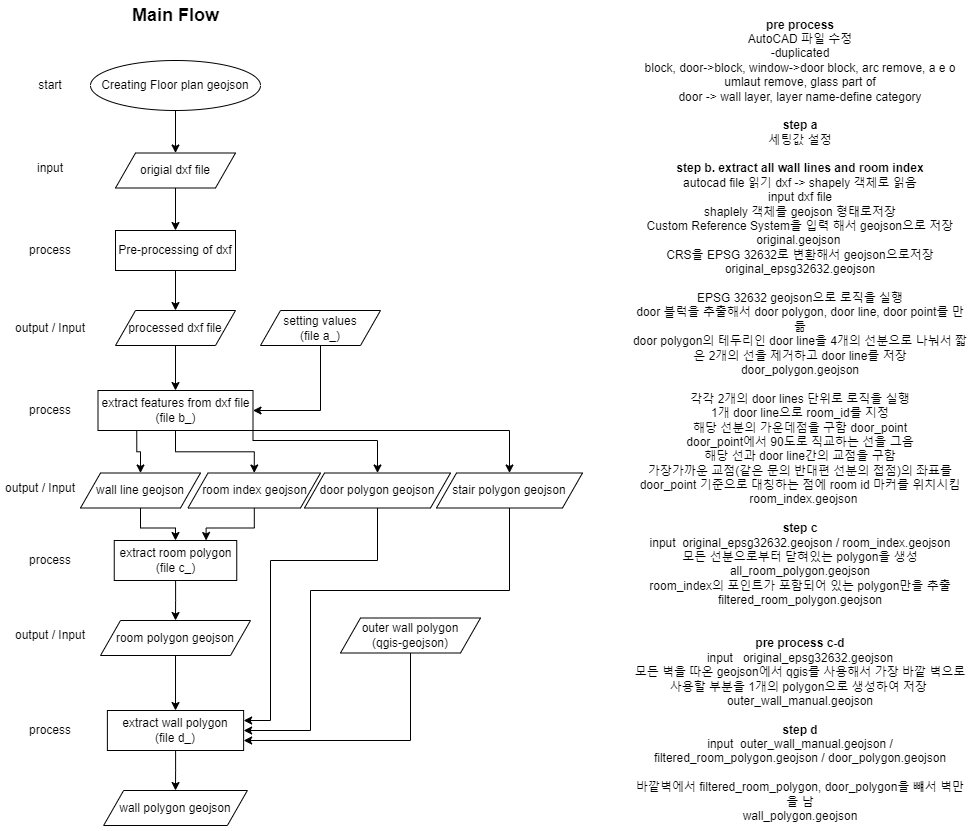
Before: flow_chart.drawio.png, a diagram exported from draw.io (chungkang/L5IN_task1). Source tidied: cells renumbered, new cells last; positions are measured from the earlier drawing's top-left corner, leaving out a move shared by most shapes.
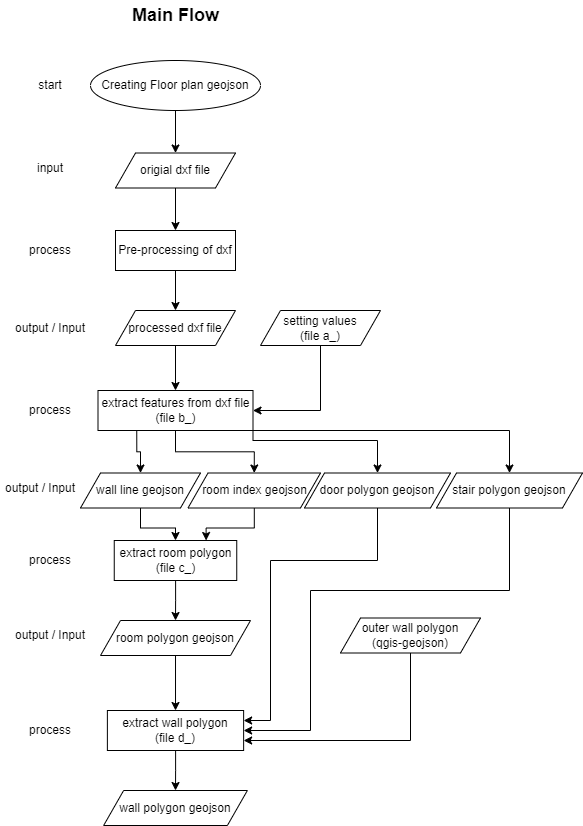
After the change.

The edit, as a diff of the source:
```diff
@@ -2,9 +2,6 @@
   <root>
     <mxCell id="0" />
     <mxCell id="1" parent="0" />
-    <mxCell id="2" value="&lt;b&gt;pre process&lt;/b&gt;&lt;br&gt;AutoCAD 파일 수정&lt;br&gt;-duplicated&lt;br/&gt;block, door-&amp;gt;block, window-&amp;gt;door block, &lt;span style=&quot;background:yellow;&lt;br/&gt;mso-highlight:yellow&quot;&gt;arc remove, a e o umlaut remove&lt;/span&gt;, glass part of&lt;br/&gt;door -&amp;gt; wall layer, layer name-define category&lt;br&gt;&lt;br&gt;&lt;b&gt;step a&lt;/b&gt;&lt;br&gt;세팅값 설정&lt;br&gt;&lt;br&gt;&lt;b&gt;step b. extract all wall lines and room index&lt;/b&gt;&lt;br&gt;autocad file 읽기 dxf -&amp;gt; shapely 객체로 읽음&lt;br&gt;input dxf file&lt;br&gt;shaplely 객체를 geojson 형태로저장&lt;br&gt;Custom Reference System을 입력 해서 geojson으로 저장&lt;br&gt;original.geojson&amp;nbsp;&lt;br&gt;CRS을 EPSG 32632로 변환해서 geojson으로저장&lt;br&gt;original_epsg32632.geojson&lt;br&gt;&lt;br&gt;EPSG 32632 geojson으로 로직을 실행&lt;br&gt;door 블럭을 추출해서 door polygon, door line, door point를 만듦&lt;br&gt;door polygon의 테두리인 door line을 4개의 선분으로 나눠서 짧은 2개의 선을 제거하고 door line를 저장&lt;br&gt;door_polygon.geojson&lt;br&gt;&lt;br&gt;각각 2개의 door lines 단위로 로직을 실행&lt;br&gt;1개 door line으로 room_id를 지정&lt;br&gt;해당 선분의 가운데점을 구함 door_point&lt;br&gt;door_point에서 90도로 직교하는 선을 그음&lt;br&gt;해당 선과 door line간의 교점을 구함&lt;br&gt;가장가까운 교점(같은 문의 반대편 선분의 접점)의 좌표를 door_point 기준으로 대칭하는 점에 room id 마커를 위치시킴&lt;br&gt;&amp;nbsp; room_index.geojson&lt;br&gt;&lt;br&gt;&lt;b&gt;step c&lt;br&gt;&lt;/b&gt;input&amp;nbsp; original_epsg32632.geojson / room_index.geojson&lt;br&gt;모든 선분으로부터 닫혀있는 polygon을 생성&lt;br&gt;all_room_polygon.geojson&lt;br&gt;room_index의 포인트가 포함되어 있는 polygon만을 추출&lt;br&gt;filtered_room_polygon.geojson&lt;br&gt;&lt;br&gt;&lt;br&gt;&lt;b&gt;pre process c-d&lt;/b&gt;&lt;br&gt;input&amp;nbsp; &amp;nbsp;original_epsg32632.geojson&lt;br&gt;모든 벽을 따온 geojson에서 qgis를 사용해서 가장 바깥 벽으로 사용할 부분을 1개의 polygon으로 생성하여 저장&amp;nbsp;&lt;br&gt;outer_wall_manual.geojson&lt;br&gt;&lt;br&gt;&lt;b&gt;step d&lt;/b&gt;&lt;br&gt;input&amp;nbsp; outer_wall_manual.geojson / filtered_room_polygon.geojson / door_polygon.geojson&lt;br&gt;&lt;br&gt;바깥벽에서 filtered_room_polygon, door_polygon을 뺴서 벽만을 남&lt;br&gt;wall_polygon.geojson" style="text;html=1;strokeColor=none;fillColor=none;align=center;verticalAlign=middle;whiteSpace=wrap;rounded=0;" parent="1" vertex="1">
-      <mxGeometry x="630" y="10" width="340" height="820" as="geometry" />
-    </mxCell>
     <mxCell id="3" style="edgeStyle=orthogonalEdgeStyle;rounded=0;jettySize=auto;html=1;entryX=0.5;entryY=0;entryDx=0;entryDy=0;" parent="1" edge="1" source="4" target="10">
       <mxGeometry relative="1" as="geometry" />
     </mxCell>
```
